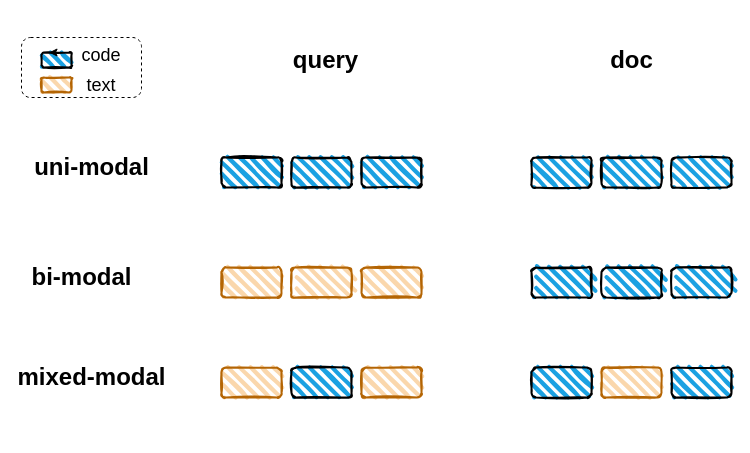
jordane95/procqa keeps this draw.io diagram as 未命名绘图.drawio. Above is the earlier version. Source tidied: cells renumbered, new cells numbered last; positions are measured from the earlier drawing's top-left corner, leaving out a move shared by most shapes. Both pictures are drawn from the tidied source at 100%, with x=0, y=0 at pixel (21, 37).
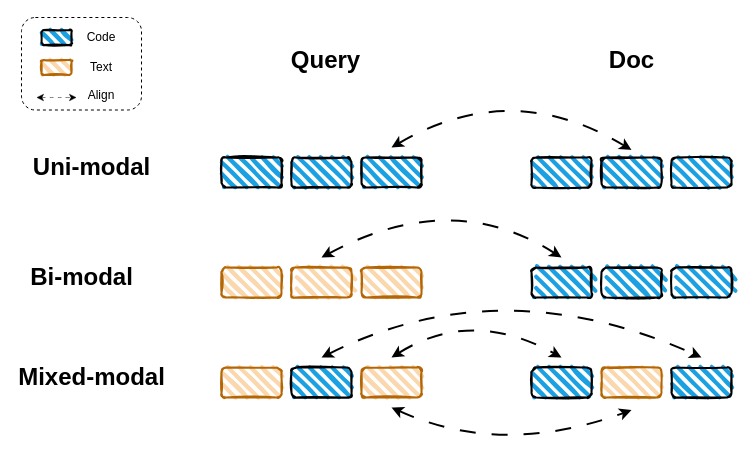
The same diagram, later.

Commit message:
更新未命名绘图.drawio

What changed in the source:
```diff
@@
-    <mxCell id="20" value="uni-modal" style="text;strokeColor=none;fillColor=none;html=1;fontSize=24;fontStyle=1;verticalAlign=middle;align=center;" parent="1" vertex="1">
+    <mxCell id="20" value="Uni-modal" style="text;strokeColor=none;fillColor=none;html=1;fontSize=24;fontStyle=1;verticalAlign=middle;align=center;" parent="1" vertex="1">
       <mxGeometry x="20" y="110" width="100" height="40" as="geometry" />
     </mxCell>
-    <mxCell id="21" value="bi-modal" style="text;strokeColor=none;fillColor=none;html=1;fontSize=24;fontStyle=1;verticalAlign=middle;align=center;" parent="1" vertex="1">
+    <mxCell id="21" value="Bi-modal" style="text;strokeColor=none;fillColor=none;html=1;fontSize=24;fontStyle=1;verticalAlign=middle;align=center;" parent="1" vertex="1">
       <mxGeometry x="10" y="220" width="100" height="40" as="geometry" />
     </mxCell>
-    <mxCell id="22" value="mixed-modal" style="text;strokeColor=none;fillColor=none;html=1;fontSize=24;fontStyle=1;verticalAlign=middle;align=center;" parent="1" vertex="1">
+    <mxCell id="22" value="Mixed-modal" style="text;strokeColor=none;fillColor=none;html=1;fontSize=24;fontStyle=1;verticalAlign=middle;align=center;" parent="1" vertex="1">
       <mxGeometry x="20" y="320" width="100" height="40" as="geometry" />
     </mxCell>
     <mxCell id="23" style="rounded=1;whiteSpace=wrap;html=1;fillColor=none;strokeColor=default;dashed=1;" parent="1" vertex="1">
-      <mxGeometry width="120" height="60" as="geometry" />
+      <mxGeometry y="-20" width="120" height="92.5" as="geometry" />
     </mxCell>
     <mxCell id="24" style="rounded=1;whiteSpace=wrap;html=1;strokeWidth=2;fillWeight=4;hachureGap=8;hachureAngle=45;fillColor=#1ba1e2;sketch=1;" parent="1" vertex="1">
-      <mxGeometry x="20" y="15" width="30" height="15" as="geometry" />
+      <mxGeometry x="20" y="-7.5" width="30" height="15" as="geometry" />
     </mxCell>
     <mxCell id="25" style="rounded=1;whiteSpace=wrap;html=1;strokeWidth=2;fillWeight=4;hachureGap=8;hachureAngle=45;fillColor=#fad7ac;sketch=1;strokeColor=#b46504;" parent="1" vertex="1">
-      <mxGeometry x="20" y="40" width="30" height="15" as="geometry" />
+      <mxGeometry x="20" y="22.5" width="30" height="15" as="geometry" />
     </mxCell>
-    <mxCell id="26" value="&lt;font style=&quot;font-size: 18px;&quot;&gt;code&lt;/font&gt;" style="text;html=1;strokeColor=none;fillColor=none;align=center;verticalAlign=middle;whiteSpace=wrap;overflow=hidden;" parent="1" vertex="1">
-      <mxGeometry x="50" y="2.5" width="60" height="30" as="geometry" />
-    </mxCell>
-    <mxCell id="27" value="&lt;font style=&quot;font-size: 18px;&quot;&gt;text&lt;/font&gt;" style="text;html=1;strokeColor=none;fillColor=none;align=center;verticalAlign=middle;whiteSpace=wrap;overflow=hidden;" parent="1" vertex="1">
-      <mxGeometry x="50" y="35" width="60" height="25" as="geometry" />
-    </mxCell>
-    <mxCell id="28" style="edgeStyle=orthogonalEdgeStyle;rounded=0;orthogonalLoop=1;jettySize=auto;html=1;exitX=0.5;exitY=0;exitDx=0;exitDy=0;entryX=0.25;entryY=0;entryDx=0;entryDy=0;" parent="1" edge="1" source="24" target="24">
-      <mxGeometry relative="1" as="geometry" />
-    </mxCell>
-    <mxCell id="29" value="query" style="text;strokeColor=none;fillColor=none;html=1;fontSize=24;fontStyle=1;verticalAlign=middle;align=center;" parent="1" vertex="1">
+    <mxCell id="29" value="Query" style="text;strokeColor=none;fillColor=none;html=1;fontSize=24;fontStyle=1;verticalAlign=middle;align=center;" parent="1" vertex="1">
       <mxGeometry x="254" y="2.5" width="100" height="40" as="geometry" />
     </mxCell>
-    <mxCell id="30" value="doc" style="text;strokeColor=none;fillColor=none;html=1;fontSize=24;fontStyle=1;verticalAlign=middle;align=center;" parent="1" vertex="1">
+    <mxCell id="30" value="Doc" style="text;strokeColor=none;fillColor=none;html=1;fontSize=24;fontStyle=1;verticalAlign=middle;align=center;" parent="1" vertex="1">
       <mxGeometry x="560" y="2.5" width="100" height="40" as="geometry" />
     </mxCell>
+    <mxCell id="31" style="endArrow=classic;startArrow=classic;html=1;curved=1;entryX=0.5;entryY=0;entryDx=0;entryDy=0;dashed=1;dashPattern=8 8;strokeWidth=2;" parent="1" edge="1">
+      <mxGeometry relative="1" as="geometry">
+        <mxPoint x="370" y="110" as="sourcePoint" />
+        <mxPoint x="610" y="112.5" as="targetPoint" />
+        <Array as="points">
+          <mxPoint x="490" y="40" />
+        </Array>
+      </mxGeometry>
+    </mxCell>
+    <mxCell id="32" style="endArrow=classic;startArrow=classic;html=1;curved=1;dashed=1;dashPattern=8 8;strokeWidth=2;" parent="1" edge="1">
+      <mxGeometry relative="1" as="geometry">
+        <mxPoint x="300" y="220" as="sourcePoint" />
+        <mxPoint x="540" y="220" as="targetPoint" />
+        <Array as="points">
+          <mxPoint x="430" y="150" />
+        </Array>
+      </mxGeometry>
+    </mxCell>
+    <mxCell id="33" style="endArrow=classic;startArrow=classic;html=1;curved=1;exitX=0.5;exitY=0;exitDx=0;exitDy=0;shadow=0;dashed=1;dashPattern=8 8;strokeWidth=2;" parent="1" edge="1">
+      <mxGeometry relative="1" as="geometry">
+        <mxPoint x="370" y="320" as="sourcePoint" />
+        <mxPoint x="540" y="320" as="targetPoint" />
+        <Array as="points">
+          <mxPoint x="450" y="270" />
+        </Array>
+      </mxGeometry>
+    </mxCell>
+    <mxCell id="34" style="endArrow=classic;startArrow=classic;html=1;exitX=0.5;exitY=0;exitDx=0;exitDy=0;curved=1;dashed=1;dashPattern=8 8;strokeWidth=2;" parent="1" edge="1">
+      <mxGeometry relative="1" as="geometry">
+        <mxPoint x="300" y="320" as="sourcePoint" />
+        <mxPoint x="680" y="320" as="targetPoint" />
+        <Array as="points">
+          <mxPoint x="480" y="230" />
+        </Array>
+      </mxGeometry>
+    </mxCell>
+    <mxCell id="35" style="endArrow=classic;startArrow=classic;html=1;curved=1;entryX=0.5;entryY=0;entryDx=0;entryDy=0;dashed=1;dashPattern=8 8;strokeWidth=2;" parent="1" edge="1">
+      <mxGeometry relative="1" as="geometry">
+        <mxPoint x="370" y="370" as="sourcePoint" />
+        <mxPoint x="610" y="372.5" as="targetPoint" />
+        <Array as="points">
+          <mxPoint x="480" y="420" />
+        </Array>
+      </mxGeometry>
+    </mxCell>
+    <mxCell id="36" value="Code" style="text;html=1;strokeColor=none;fillColor=none;align=center;verticalAlign=middle;whiteSpace=wrap;rounded=0;" parent="1" vertex="1">
+      <mxGeometry x="50" y="-15" width="60" height="30" as="geometry" />
+    </mxCell>
+    <mxCell id="37" value="Text" style="text;html=1;strokeColor=none;fillColor=none;align=center;verticalAlign=middle;whiteSpace=wrap;rounded=0;" parent="1" vertex="1">
+      <mxGeometry x="50" y="15" width="60" height="30" as="geometry" />
+    </mxCell>
+    <mxCell id="38" style="endArrow=classic;startArrow=classic;html=1;curved=1;dashed=1;dashPattern=8 8;strokeWidth=0.5;" parent="1" edge="1">
+      <mxGeometry relative="1" as="geometry">
+        <mxPoint x="15" y="60" as="sourcePoint" />
+        <mxPoint x="55" y="60" as="targetPoint" />
+      </mxGeometry>
+    </mxCell>
+    <mxCell id="39" value="Align" style="text;html=1;strokeColor=none;fillColor=none;align=center;verticalAlign=middle;whiteSpace=wrap;rounded=0;" parent="1" vertex="1">
+      <mxGeometry x="50" y="42.5" width="60" height="30" as="geometry" />
+    </mxCell>
```
